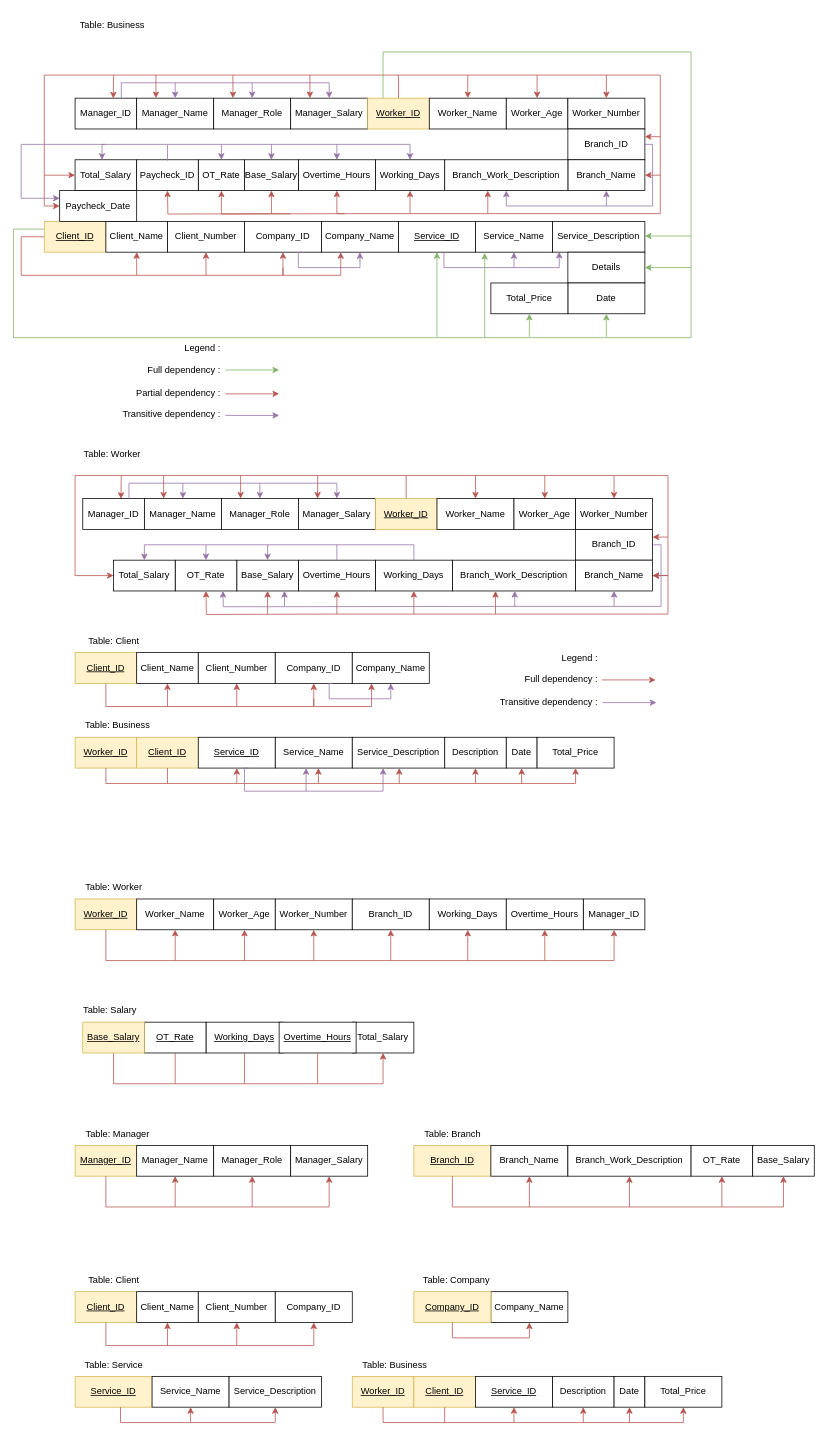
The draw.io diagram normalizationWIA2001assg.drawio in justn0thinghere/drawio, before the edit. Source tidied: cells renumbered, new cells numbered last; positions are measured from the earlier drawing's top-left corner, leaving out a move shared by most shapes. Both pictures are drawn from the tidied source at 77%, with x=0, y=0 at pixel (13, 13).
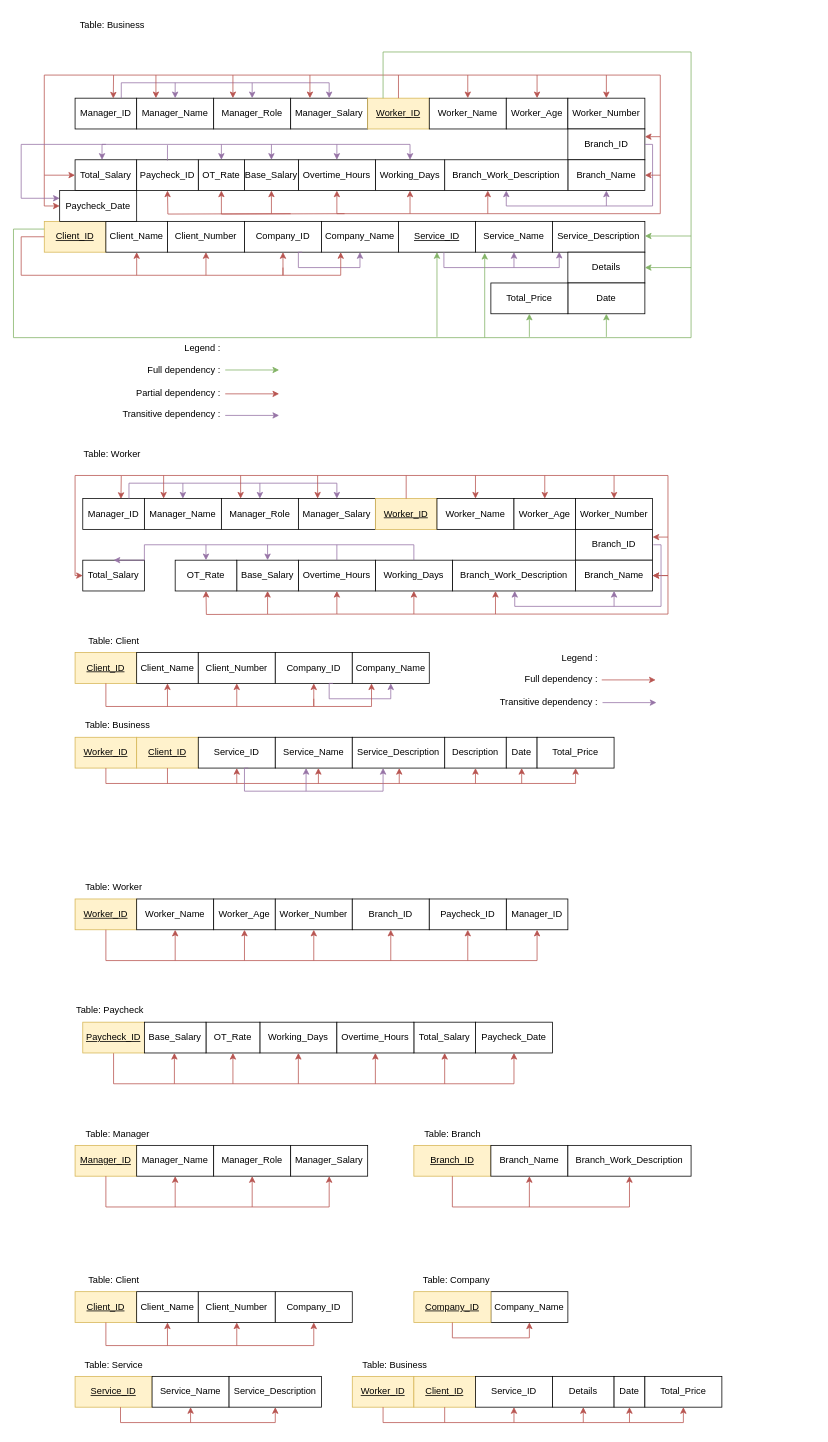
The same diagram, later.

Unchanged cells that the change refers to:
```xml
<mxCell id="180" value="&lt;u&gt;Worker_ID&lt;/u&gt;" style="rounded=0;whiteSpace=wrap;html=1;fillColor=#fff2cc;strokeColor=#d6b656;" parent="1" vertex="1">
  <mxGeometry x="80" y="1150" width="80" height="40" as="geometry" />
</mxCell>
<mxCell id="193" value="&lt;u&gt;Branch_ID&lt;/u&gt;" style="rounded=0;whiteSpace=wrap;html=1;fillColor=#fff2cc;strokeColor=#d6b656;" parent="1" vertex="1">
  <mxGeometry x="520" y="1470" width="100" height="40" as="geometry" />
</mxCell>
<mxCell id="195" value="Branch_Work_Description" style="rounded=0;whiteSpace=wrap;html=1;" parent="1" vertex="1">
  <mxGeometry x="720" y="1470" width="160" height="40" as="geometry" />
</mxCell>
```

Diff of the diagram source:
```diff
@@
     <mxCell id="91" value="Total_Salary" style="rounded=0;whiteSpace=wrap;html=1;" parent="1" vertex="1">
-      <mxGeometry x="130" y="710" width="80" height="40" as="geometry" />
+      <mxGeometry x="90" y="710" width="80" height="40" as="geometry" />
     </mxCell>
@@
-    <mxCell id="140" value="&lt;u&gt;Service_ID&lt;/u&gt;" style="rounded=0;whiteSpace=wrap;html=1;" parent="1" vertex="1">
+    <mxCell id="140" value="&lt;span&gt;Service_ID&lt;/span&gt;" style="rounded=0;whiteSpace=wrap;html=1;fontStyle=0;" parent="1" vertex="1">
       <mxGeometry x="240" y="940" width="100" height="40" as="geometry" />
     </mxCell>
@@
-    <mxCell id="167" value="&lt;u&gt;Service_ID&lt;/u&gt;" style="rounded=0;whiteSpace=wrap;html=1;" parent="1" vertex="1">
+    <mxCell id="167" value="&lt;span&gt;Service_ID&lt;/span&gt;" style="rounded=0;whiteSpace=wrap;html=1;fontStyle=0;" parent="1" vertex="1">
       <mxGeometry x="600" y="1770" width="100" height="40" as="geometry" />
     </mxCell>
-    <mxCell id="168" value="Description" style="rounded=0;whiteSpace=wrap;html=1;" parent="1" vertex="1">
+    <mxCell id="168" value="Details" style="rounded=0;whiteSpace=wrap;html=1;" parent="1" vertex="1">
       <mxGeometry x="700" y="1770" width="80" height="40" as="geometry" />
     </mxCell>
@@
     <mxCell id="179" value="Manager_ID" style="rounded=0;whiteSpace=wrap;html=1;" parent="1" vertex="1">
-      <mxGeometry x="740" y="1150" width="80" height="40" as="geometry" />
+      <mxGeometry x="640" y="1150" width="80" height="40" as="geometry" />
     </mxCell>
@@
-    <mxCell id="185" value="Working_Days" style="rounded=0;whiteSpace=wrap;html=1;" parent="1" vertex="1">
+    <mxCell id="185" value="Paycheck_ID" style="rounded=0;whiteSpace=wrap;html=1;" parent="1" vertex="1">
       <mxGeometry x="540" y="1150" width="100" height="40" as="geometry" />
     </mxCell>
-    <mxCell id="186" value="Overtime_Hours" style="rounded=0;whiteSpace=wrap;html=1;" parent="1" vertex="1">
-      <mxGeometry x="640" y="1150" width="100" height="40" as="geometry" />
-    </mxCell>
     <mxCell id="187" value="Total_Salary" style="rounded=0;whiteSpace=wrap;html=1;" parent="1" vertex="1">
-      <mxGeometry x="440" y="1310" width="80" height="40" as="geometry" />
+      <mxGeometry x="520" y="1310" width="80" height="40" as="geometry" />
     </mxCell>
@@
-    <mxCell id="196" value="&lt;u&gt;Working_Days&lt;/u&gt;" style="rounded=0;whiteSpace=wrap;html=1;" parent="1" vertex="1">
-      <mxGeometry x="250" y="1310" width="100" height="40" as="geometry" />
+    <mxCell id="196" value="&lt;span&gt;Working_Days&lt;/span&gt;" style="rounded=0;whiteSpace=wrap;html=1;fontStyle=0;" parent="1" vertex="1">
+      <mxGeometry x="320" y="1310" width="100" height="40" as="geometry" />
     </mxCell>
-    <mxCell id="197" value="&lt;u&gt;Overtime_Hours&lt;/u&gt;" style="rounded=0;whiteSpace=wrap;html=1;" parent="1" vertex="1">
-      <mxGeometry x="345" y="1310" width="100" height="40" as="geometry" />
+    <mxCell id="197" value="&lt;span&gt;Overtime_Hours&lt;/span&gt;" style="rounded=0;whiteSpace=wrap;html=1;fontStyle=0;" parent="1" vertex="1">
+      <mxGeometry x="420" y="1310" width="100" height="40" as="geometry" />
     </mxCell>
     <mxCell id="198" style="endArrow=classic;html=1;rounded=0;edgeStyle=orthogonalEdgeStyle;fillColor=#f8cecc;strokeColor=#b85450;exitX=0.5;exitY=1;exitDx=0;exitDy=0;entryX=0.5;entryY=1;entryDx=0;entryDy=0;" parent="1" edge="1" source="180" target="179">
       <mxGeometry relative="1" as="geometry">
         <Array as="points">
           <mxPoint x="120" y="1230" />
-          <mxPoint x="780" y="1230" />
+          <mxPoint x="680" y="1230" />
         </Array>
       </mxGeometry>
     </mxCell>
-    <mxCell id="199" value="Table: Salary" style="text;html=1;align=center;verticalAlign=middle;strokeColor=none;fillColor=none;" parent="1" vertex="1">
-      <mxGeometry x="80" y="1280" width="90" height="30" as="geometry" />
+    <mxCell id="199" value="Table: Paycheck" style="text;html=1;align=center;verticalAlign=middle;strokeColor=none;fillColor=none;" parent="1" vertex="1">
+      <mxGeometry x="70" y="1280" width="110" height="30" as="geometry" />
     </mxCell>
@@
-    <mxCell id="208" style="endArrow=classic;html=1;rounded=0;entryX=0.5;entryY=1;entryDx=0;entryDy=0;fillColor=#f8cecc;strokeColor=#b85450;" parent="1" edge="1" target="186">
-      <mxGeometry relative="1" as="geometry">
-        <mxPoint x="690" y="1230" as="sourcePoint" />
-      </mxGeometry>
-    </mxCell>
-    <mxCell id="209" style="endArrow=classic;html=1;rounded=0;edgeStyle=orthogonalEdgeStyle;fillColor=#f8cecc;strokeColor=#b85450;exitX=0.5;exitY=1;exitDx=0;exitDy=0;entryX=0.5;entryY=1;entryDx=0;entryDy=0;" parent="1" edge="1" target="187">
+    <mxCell id="209" style="endArrow=classic;html=1;rounded=0;edgeStyle=orthogonalEdgeStyle;fillColor=#f8cecc;strokeColor=#b85450;exitX=0.5;exitY=1;exitDx=0;exitDy=0;entryX=0.5;entryY=1;entryDx=0;entryDy=0;" parent="1" edge="1" target="241">
       <mxGeometry relative="1" as="geometry">
         <mxPoint x="130" y="1350" as="sourcePoint" />
         <Array as="points">
           <mxPoint x="130" y="1390" />
-          <mxPoint x="480" y="1390" />
+          <mxPoint x="650" y="1390" />
         </Array>
       </mxGeometry>
     </mxCell>
@@
-    <mxCell id="211" style="endArrow=classic;html=1;rounded=0;edgeStyle=orthogonalEdgeStyle;fillColor=#f8cecc;strokeColor=#b85450;exitX=0.5;exitY=1;exitDx=0;exitDy=0;entryX=0.5;entryY=1;entryDx=0;entryDy=0;" parent="1" edge="1" source="193" target="223">
+    <mxCell id="211" style="endArrow=classic;html=1;rounded=0;edgeStyle=orthogonalEdgeStyle;fillColor=#f8cecc;strokeColor=#b85450;exitX=0.5;exitY=1;exitDx=0;exitDy=0;entryX=0.5;entryY=1;entryDx=0;entryDy=0;" parent="1" edge="1" source="193" target="195">
       <mxGeometry relative="1" as="geometry">
         <Array as="points">
           <mxPoint x="570" y="1550" />
-          <mxPoint x="1000" y="1550" />
+          <mxPoint x="800" y="1550" />
         </Array>
       </mxGeometry>
     </mxCell>
-    <mxCell id="212" style="endArrow=none;html=1;rounded=0;entryX=0.5;entryY=1;entryDx=0;entryDy=0;fillColor=#f8cecc;strokeColor=#b85450;" parent="1" edge="1" target="196">
+    <mxCell id="212" style="endArrow=classic;html=1;rounded=0;entryX=0.5;entryY=1;entryDx=0;entryDy=0;fillColor=#f8cecc;strokeColor=#b85450;endFill=1;" parent="1" edge="1" target="196">
       <mxGeometry relative="1" as="geometry">
-        <mxPoint x="300" y="1390" as="sourcePoint" />
+        <mxPoint x="370" y="1390" as="sourcePoint" />
       </mxGeometry>
     </mxCell>
-    <mxCell id="213" style="endArrow=none;html=1;rounded=0;entryX=0.5;entryY=1;entryDx=0;entryDy=0;fillColor=#f8cecc;strokeColor=#b85450;" parent="1" edge="1" target="197">
+    <mxCell id="213" style="endArrow=classic;html=1;rounded=0;entryX=0.5;entryY=1;entryDx=0;entryDy=0;fillColor=#f8cecc;strokeColor=#b85450;endFill=1;" parent="1" edge="1" target="197">
       <mxGeometry relative="1" as="geometry">
-        <mxPoint x="395" y="1390" as="sourcePoint" />
+        <mxPoint x="470" y="1390" as="sourcePoint" />
       </mxGeometry>
     </mxCell>
@@
-    <mxCell id="217" style="endArrow=classic;html=1;rounded=0;edgeStyle=orthogonalEdgeStyle;fillColor=#e1d5e7;strokeColor=#9673a6;entryX=0.75;entryY=1;entryDx=0;entryDy=0;" parent="1" edge="1">
-      <mxGeometry relative="1" as="geometry">
-        <mxPoint x="652" y="770" as="sourcePoint" />
-        <mxPoint x="272" y="750" as="targetPoint" />
-      </mxGeometry>
-    </mxCell>
-    <mxCell id="218" style="endArrow=classic;html=1;rounded=0;entryX=0.75;entryY=1;entryDx=0;entryDy=0;fillColor=#e1d5e7;strokeColor=#9673a6;" parent="1" edge="1">
-      <mxGeometry relative="1" as="geometry">
-        <mxPoint x="352" y="770" as="sourcePoint" />
-        <mxPoint x="352" y="750" as="targetPoint" />
-      </mxGeometry>
-    </mxCell>
-    <mxCell id="219" value="&lt;u&gt;OT_Rate&lt;/u&gt;" style="rounded=0;whiteSpace=wrap;html=1;" parent="1" vertex="1">
-      <mxGeometry x="170" y="1310" width="80" height="40" as="geometry" />
+    <mxCell id="219" value="&lt;span&gt;OT_Rate&lt;/span&gt;" style="rounded=0;whiteSpace=wrap;html=1;fontStyle=0;" parent="1" vertex="1">
+      <mxGeometry x="250" y="1310" width="70" height="40" as="geometry" />
     </mxCell>
-    <mxCell id="220" value="&lt;u&gt;Base_Salary&lt;/u&gt;" style="rounded=0;whiteSpace=wrap;html=1;fillColor=#fff2cc;strokeColor=#d6b656;" parent="1" vertex="1">
+    <mxCell id="220" value="&lt;u&gt;Paycheck_ID&lt;/u&gt;" style="rounded=0;whiteSpace=wrap;html=1;fillColor=#fff2cc;strokeColor=#d6b656;" parent="1" vertex="1">
       <mxGeometry x="90" y="1310" width="80" height="40" as="geometry" />
     </mxCell>
-    <mxCell id="221" style="endArrow=none;html=1;rounded=0;entryX=0.5;entryY=1;entryDx=0;entryDy=0;fillColor=#f8cecc;strokeColor=#b85450;" parent="1" edge="1" target="219">
+    <mxCell id="221" style="endArrow=classic;html=1;rounded=0;entryX=0.5;entryY=1;entryDx=0;entryDy=0;fillColor=#f8cecc;strokeColor=#b85450;startArrow=none;startFill=0;endFill=1;" parent="1" edge="1" target="219">
       <mxGeometry relative="1" as="geometry">
-        <mxPoint x="210" y="1390" as="sourcePoint" />
+        <mxPoint x="285" y="1390" as="sourcePoint" />
       </mxGeometry>
     </mxCell>
-    <mxCell id="222" value="OT_Rate" style="rounded=0;whiteSpace=wrap;html=1;" parent="1" vertex="1">
-      <mxGeometry x="880" y="1470" width="80" height="40" as="geometry" />
-    </mxCell>
-    <mxCell id="223" value="Base_Salary" style="rounded=0;whiteSpace=wrap;html=1;" parent="1" vertex="1">
-      <mxGeometry x="960" y="1470" width="80" height="40" as="geometry" />
-    </mxCell>
-    <mxCell id="224" style="endArrow=classic;html=1;rounded=0;entryX=0.5;entryY=1;entryDx=0;entryDy=0;fillColor=#f8cecc;strokeColor=#b85450;" parent="1" edge="1" target="195">
-      <mxGeometry relative="1" as="geometry">
-        <mxPoint x="800" y="1550" as="sourcePoint" />
-      </mxGeometry>
-    </mxCell>
-    <mxCell id="225" style="endArrow=classic;html=1;rounded=0;entryX=0.5;entryY=1;entryDx=0;entryDy=0;fillColor=#f8cecc;strokeColor=#b85450;" parent="1" edge="1" target="222">
-      <mxGeometry relative="1" as="geometry">
-        <mxPoint x="920" y="1550" as="sourcePoint" />
-      </mxGeometry>
-    </mxCell>
@@
+    <mxCell id="223" value="Base_Salary" style="rounded=0;whiteSpace=wrap;html=1;" parent="1" vertex="1">
+      <mxGeometry x="170" y="1310" width="80" height="40" as="geometry" />
+    </mxCell>
+    <mxCell id="240" style="endArrow=classic;html=1;rounded=0;entryX=0.5;entryY=1;entryDx=0;entryDy=0;fillColor=#f8cecc;strokeColor=#b85450;startArrow=none;startFill=0;endFill=1;" parent="1" edge="1">
+      <mxGeometry relative="1" as="geometry">
+        <mxPoint x="209" y="1390" as="sourcePoint" />
+        <mxPoint x="209" y="1350" as="targetPoint" />
+      </mxGeometry>
+    </mxCell>
+    <mxCell id="241" value="&lt;span&gt;Paycheck_Date&lt;/span&gt;" style="rounded=0;whiteSpace=wrap;html=1;fontStyle=0;" parent="1" vertex="1">
+      <mxGeometry x="600" y="1310" width="100" height="40" as="geometry" />
+    </mxCell>
+    <mxCell id="242" style="endArrow=classic;html=1;rounded=0;entryX=0.5;entryY=1;entryDx=0;entryDy=0;fillColor=#f8cecc;strokeColor=#b85450;endFill=1;" parent="1" edge="1">
+      <mxGeometry relative="1" as="geometry">
+        <mxPoint x="560" y="1390" as="sourcePoint" />
+        <mxPoint x="560" y="1350" as="targetPoint" />
+      </mxGeometry>
+    </mxCell>
```
